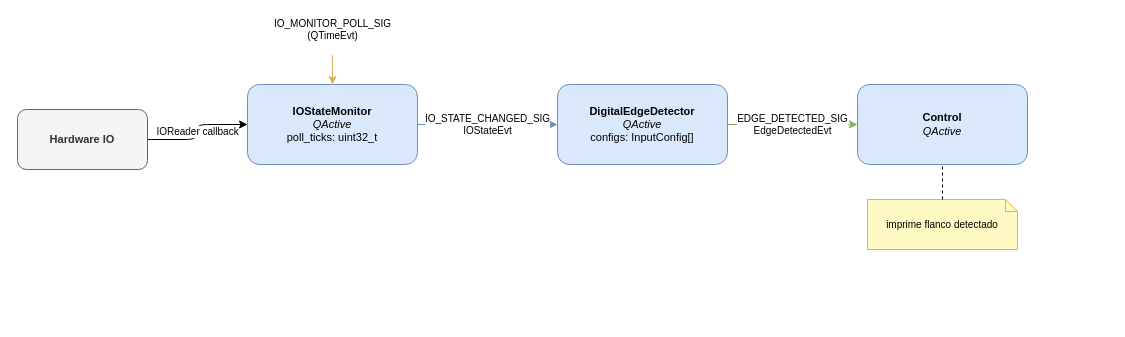
Before: docs/sistema.drawio in peperono/digital_inputs_detector, a draw.io diagram. Source tidied: cells renumbered, new cells numbered last; positions are measured from the earlier drawing's top-left corner, leaving out a move shared by most shapes. Both pictures are drawn from the tidied source at 100%, with x=0, y=0 at pixel (17, 29).
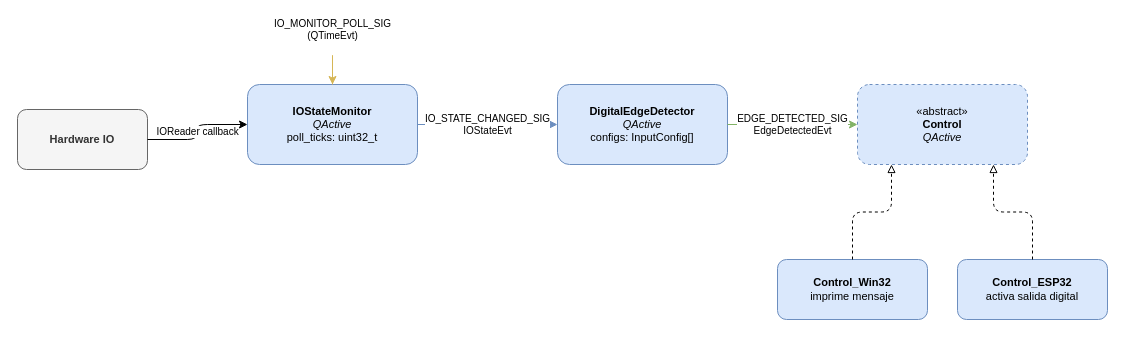
The same diagram, later.

Commit message:
Show Control as abstract with platform-specific realizations in system diagram

What changed in the source:
```diff
@@
 <mxGraphModel>
   <root>
     <mxCell id="0" />
     <mxCell id="1" parent="0" />
     <mxCell id="2" value="Hardware IO" style="rounded=1;whiteSpace=wrap;html=1;fillColor=#f5f5f5;strokeColor=#666666;fontColor=#333333;fontStyle=1;fontSize=11;" parent="1" vertex="1">
       <mxGeometry y="80" width="130" height="60" as="geometry" />
     </mxCell>
     <mxCell id="3" value="&lt;b&gt;IOStateMonitor&lt;/b&gt;&lt;div&gt;&lt;i&gt;QActive&lt;/i&gt;&lt;/div&gt;&lt;div&gt;poll_ticks: uint32_t&lt;/div&gt;" style="rounded=1;whiteSpace=wrap;html=1;fillColor=#dae8fc;strokeColor=#6c8ebf;fontSize=11;" parent="1" vertex="1">
       <mxGeometry x="230" y="55" width="170" height="80" as="geometry" />
     </mxCell>
     <mxCell id="4" value="&lt;b&gt;DigitalEdgeDetector&lt;/b&gt;&lt;div&gt;&lt;i&gt;QActive&lt;/i&gt;&lt;/div&gt;&lt;div&gt;configs: InputConfig[]&lt;/div&gt;" style="rounded=1;whiteSpace=wrap;html=1;fillColor=#dae8fc;strokeColor=#6c8ebf;fontSize=11;" parent="1" vertex="1">
       <mxGeometry x="540" y="55" width="170" height="80" as="geometry" />
     </mxCell>
-    <mxCell id="5" value="&lt;b&gt;Control&lt;/b&gt;&lt;div&gt;&lt;i&gt;QActive&lt;/i&gt;&lt;/div&gt;" style="rounded=1;whiteSpace=wrap;html=1;fillColor=#dae8fc;strokeColor=#6c8ebf;fontSize=11;" parent="1" vertex="1">
+    <mxCell id="5" value="«abstract»&lt;div&gt;&lt;b&gt;Control&lt;/b&gt;&lt;/div&gt;&lt;div&gt;&lt;i&gt;QActive&lt;/i&gt;&lt;/div&gt;" style="rounded=1;whiteSpace=wrap;html=1;fillColor=#dae8fc;strokeColor=#6c8ebf;fontSize=11;dashed=1;" parent="1" vertex="1">
       <mxGeometry x="840" y="55" width="170" height="80" as="geometry" />
     </mxCell>
-    <mxCell id="6" value="imprime flanco detectado" style="shape=note;whiteSpace=wrap;html=1;fontSize=10;fillColor=#fff9c4;strokeColor=#d6b656;size=12;" parent="1" vertex="1">
-      <mxGeometry x="850" y="170" width="150" height="50" as="geometry" />
+    <mxCell id="6" value="&lt;b&gt;Control_Win32&lt;/b&gt;&lt;div&gt;imprime mensaje&lt;/div&gt;" style="rounded=1;whiteSpace=wrap;html=1;fillColor=#dae8fc;strokeColor=#6c8ebf;fontSize=11;" parent="1" vertex="1">
+      <mxGeometry x="760" y="230" width="150" height="60" as="geometry" />
     </mxCell>
+    <mxCell id="12" value="&lt;b&gt;Control_ESP32&lt;/b&gt;&lt;div&gt;activa salida digital&lt;/div&gt;" style="rounded=1;whiteSpace=wrap;html=1;fillColor=#dae8fc;strokeColor=#6c8ebf;fontSize=11;" parent="1" vertex="1">
+      <mxGeometry x="940" y="230" width="150" height="60" as="geometry" />
+    </mxCell>
-    <mxCell id="7" style="edgeStyle=none;html=1;dashed=1;endArrow=none;" parent="1" edge="1" source="6" target="5">
+    <mxCell id="7" style="edgeStyle=orthogonalEdgeStyle;html=1;dashed=1;endArrow=block;endFill=0;exitX=0.5;exitY=0;exitDx=0;exitDy=0;entryX=0.2;entryY=1;entryDx=0;entryDy=0;" parent="1" edge="1" source="6" target="5">
       <mxGeometry relative="1" as="geometry" />
     </mxCell>
+    <mxCell id="13" style="edgeStyle=orthogonalEdgeStyle;html=1;dashed=1;endArrow=block;endFill=0;exitX=0.5;exitY=0;exitDx=0;exitDy=0;entryX=0.8;entryY=1;entryDx=0;entryDy=0;" parent="1" edge="1" source="12" target="5">
+      <mxGeometry relative="1" as="geometry" />
+    </mxCell>
     <mxCell id="8" value="IOReader callback" style="edgeStyle=orthogonalEdgeStyle;html=1;fontSize=10;exitX=1;exitY=0.5;exitDx=0;exitDy=0;entryX=0;entryY=0.5;entryDx=0;entryDy=0;" parent="1" edge="1" source="2" target="3">
       <mxGeometry relative="1" as="geometry" />
     </mxCell>
     <mxCell id="9" value="IO_STATE_CHANGED_SIG&lt;div&gt;IOStateEvt&lt;/div&gt;" style="edgeStyle=orthogonalEdgeStyle;html=1;fontSize=10;exitX=1;exitY=0.5;exitDx=0;exitDy=0;entryX=0;entryY=0.5;entryDx=0;entryDy=0;strokeColor=#6c8ebf;" parent="1" edge="1" source="3" target="4">
       <mxGeometry relative="1" as="geometry" />
     </mxCell>
     <mxCell id="10" value="EDGE_DETECTED_SIG&lt;div&gt;EdgeDetectedEvt&lt;/div&gt;" style="edgeStyle=orthogonalEdgeStyle;html=1;fontSize=10;exitX=1;exitY=0.5;exitDx=0;exitDy=0;entryX=0;entryY=0.5;entryDx=0;entryDy=0;strokeColor=#82b366;" parent="1" edge="1" source="4" target="5">
       <mxGeometry relative="1" as="geometry" />
     </mxCell>
     <mxCell id="11" value="IO_MONITOR_POLL_SIG&lt;div&gt;(QTimeEvt)&lt;/div&gt;" style="edgeStyle=orthogonalEdgeStyle;html=1;fontSize=10;exitX=0.5;exitY=0;exitDx=0;exitDy=0;entryX=0.5;entryY=0;entryDx=0;entryDy=0;strokeColor=#d6b656;curved=1;" parent="1" edge="1" source="3" target="3">
       <mxGeometry relative="1" as="geometry">
         <Array as="points">
           <mxPoint x="315" />
           <mxPoint x="315" />
         </Array>
       </mxGeometry>
     </mxCell>
   </root>
 </mxGraphModel>
```
